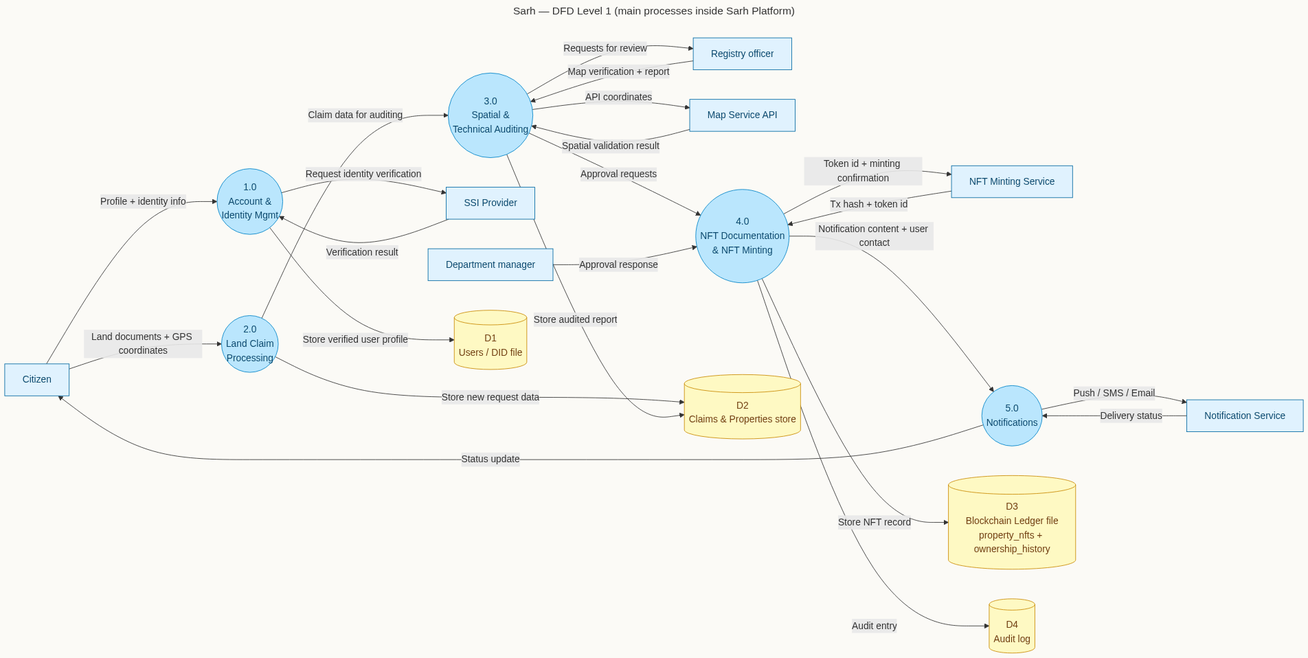
Before: docs/diagrams/dfd-level1.png, a diagram exported from Mermaid (AliBelaid/Sarh). Its source is kept beside it as docs/diagrams/dfd-level1.mmd.
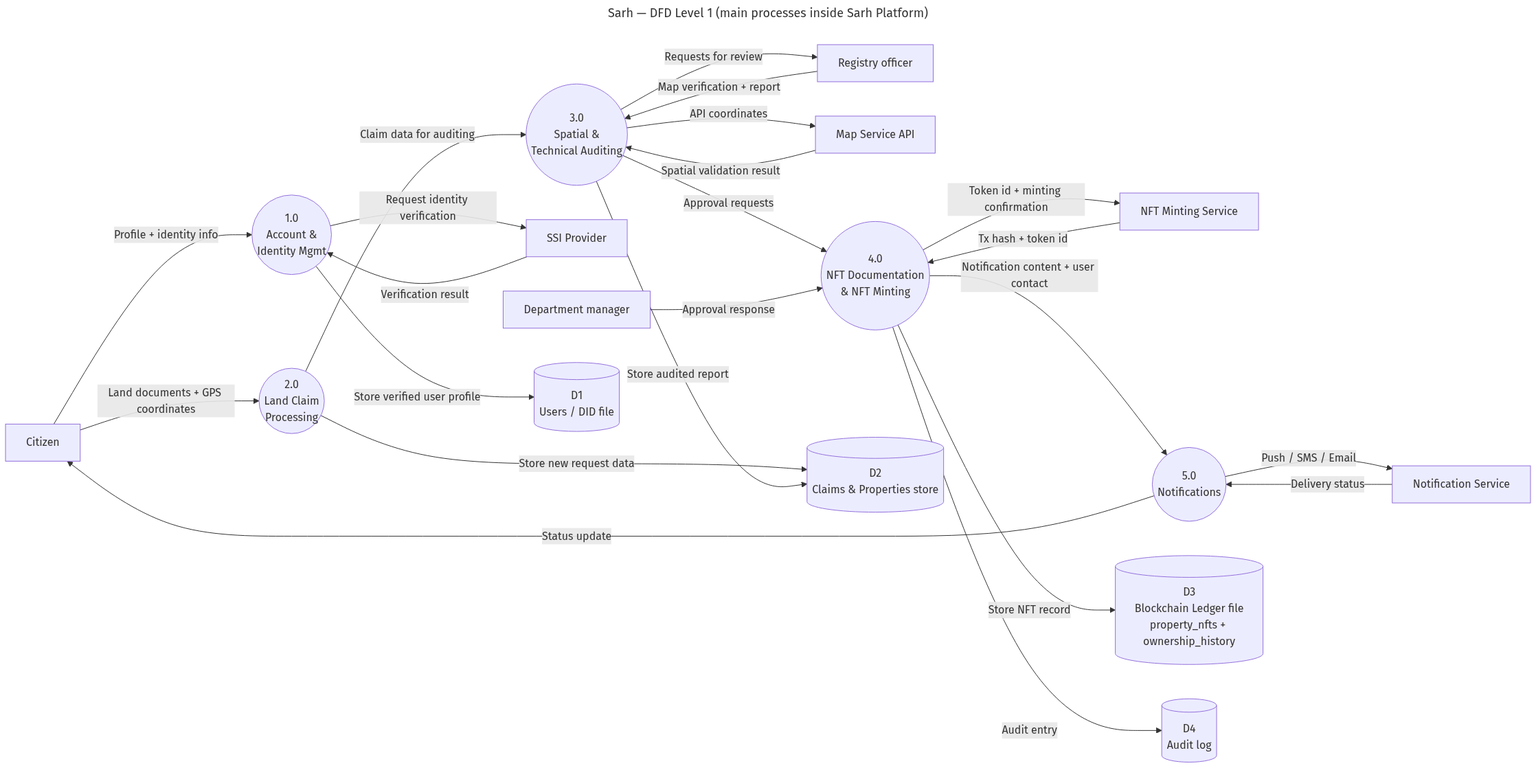
After the commit.

Diff of the diagram source:
```diff
@@ -2,28 +2,25 @@
 title: Sarh — DFD Level 1 (main processes inside Sarh Platform)
 ---
 flowchart LR
-    classDef proc  fill:#bae6fd,stroke:#0284c7,color:#0c4a6e,rx:60,ry:60
-    classDef ext   fill:#e0f2fe,stroke:#0369a1,color:#0c4a6e
-    classDef store fill:#fef9c3,stroke:#ca8a04,color:#713f12
 
-    Citizen[Citizen]:::ext
-    Officer[Registry officer]:::ext
-    Manager[Department manager]:::ext
-    SSI[SSI Provider]:::ext
-    MAP[Map Service API]:::ext
-    NOTIF[Notification Service]:::ext
-    NFT[NFT Minting Service]:::ext
+    Citizen[Citizen]
+    Officer[Registry officer]
+    Manager[Department manager]
+    SSI[SSI Provider]
+    MAP[Map Service API]
+    NOTIF[Notification Service]
+    NFT[NFT Minting Service]
 
-    P1((1.0<br/>Account &<br/>Identity Mgmt)):::proc
-    P2((2.0<br/>Land Claim<br/>Processing)):::proc
-    P3((3.0<br/>Spatial &<br/>Technical Auditing)):::proc
-    P4((4.0<br/>NFT Documentation<br/>& NFT Minting)):::proc
-    P5((5.0<br/>Notifications)):::proc
+    P1((1.0<br/>Account &<br/>Identity Mgmt))
+    P2((2.0<br/>Land Claim<br/>Processing))
+    P3((3.0<br/>Spatial &<br/>Technical Auditing))
+    P4((4.0<br/>NFT Documentation<br/>& NFT Minting))
+    P5((5.0<br/>Notifications))
 
-    D1[(D1<br/>Users / DID file)]:::store
-    D2[(D2<br/>Claims & Properties store)]:::store
-    D3[(D3<br/>Blockchain Ledger file<br/>property_nfts + ownership_history)]:::store
-    D4[(D4<br/>Audit log)]:::store
+    D1[(D1<br/>Users / DID file)]
+    D2[(D2<br/>Claims & Properties store)]
+    D3[(D3<br/>Blockchain Ledger file<br/>property_nfts + ownership_history)]
+    D4[(D4<br/>Audit log)]
 
     Citizen -->|"Profile + identity info"| P1
     P1 -->|"Request identity verification"| SSI
```
